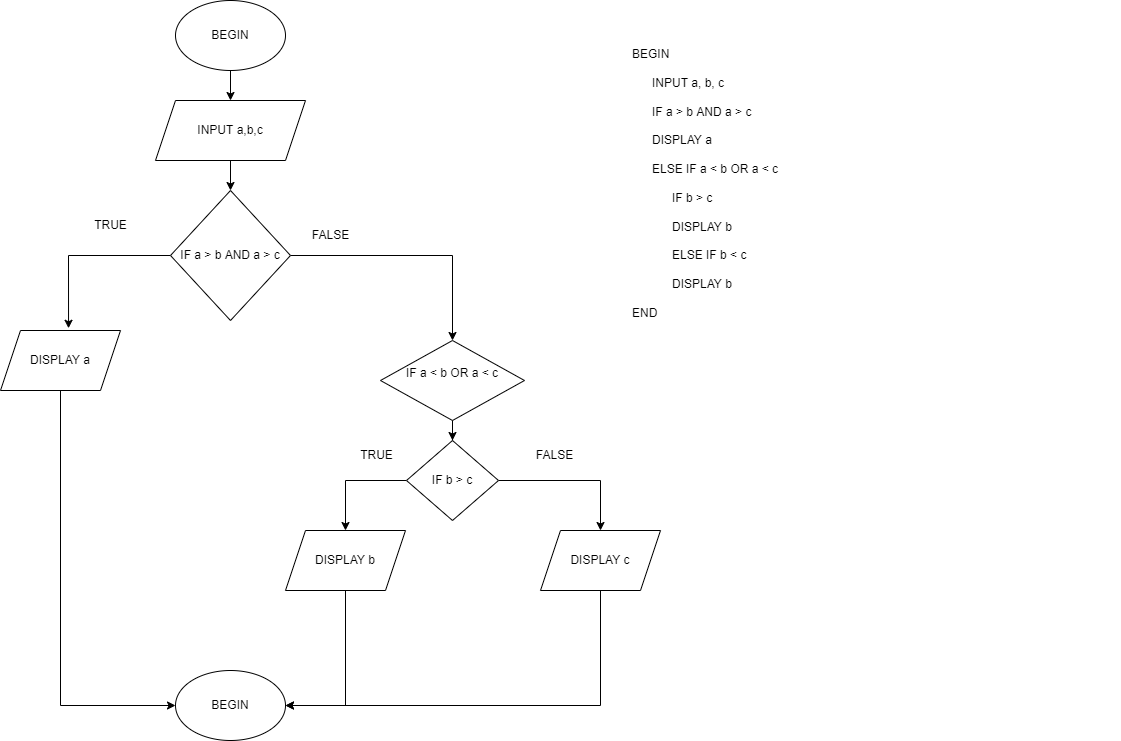
The draw.io diagram ss3_ma_gia_va _luu_do/bai_tap/tim_gia_tri_lon_nhat_trong_3_so.drawio.png in congtranc0722g1/C0722G1-TranTanCong, before a commit. Source tidied: cells renumbered, new cells last; positions are measured from the earlier drawing's top-left corner, leaving out a move shared by most shapes.
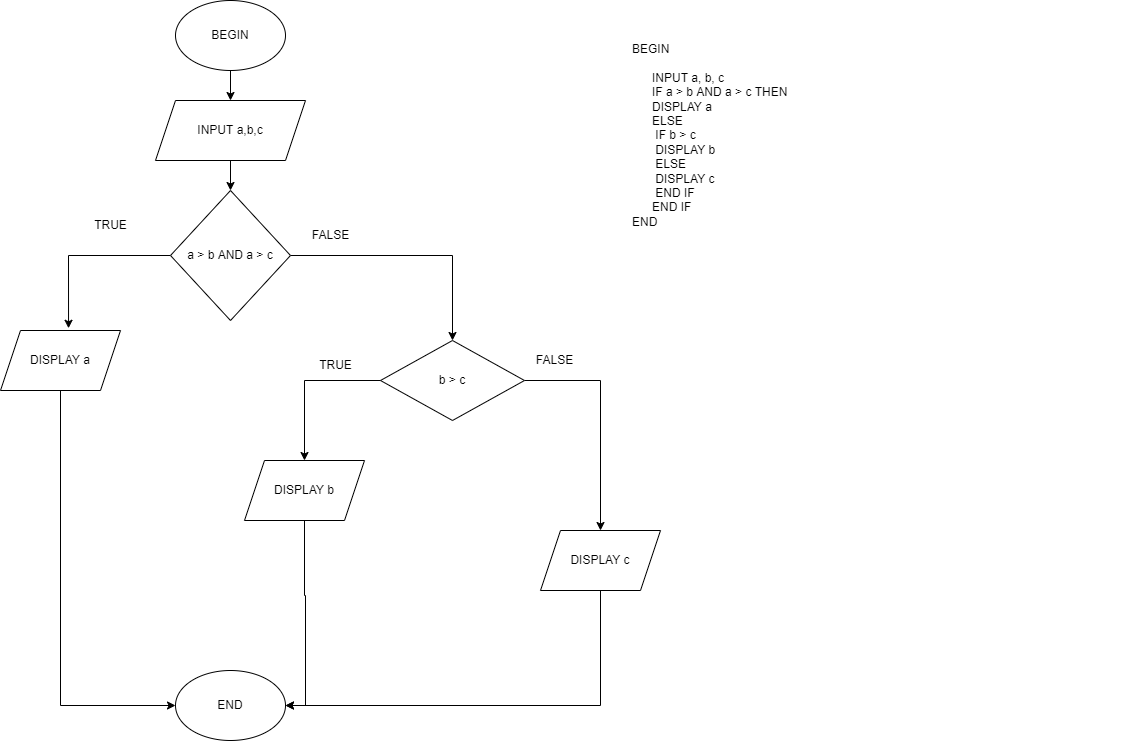
After the change.

Change to the diagram source:
```diff
@@ -20,7 +20,7 @@
     <mxCell id="7" style="edgeStyle=orthogonalEdgeStyle;rounded=0;jettySize=auto;html=1;entryX=0.5;entryY=0;entryDx=0;entryDy=0;" parent="1" edge="1" source="8" target="12">
       <mxGeometry relative="1" as="geometry" />
     </mxCell>
-    <mxCell id="8" value="IF a &amp;gt; b AND a &amp;gt; c" style="rhombus;whiteSpace=wrap;html=1;" parent="1" vertex="1">
+    <mxCell id="8" value="a &amp;gt; b AND a &amp;gt; c" style="rhombus;whiteSpace=wrap;html=1;" parent="1" vertex="1">
       <mxGeometry x="170" y="190" width="120" height="130" as="geometry" />
     </mxCell>
     <mxCell id="9" style="edgeStyle=orthogonalEdgeStyle;rounded=0;jettySize=auto;html=1;entryX=0;entryY=0.5;entryDx=0;entryDy=0;" parent="1" edge="1" source="10" target="23">
@@ -33,10 +33,10 @@
     <mxCell id="10" value="DISPLAY a" style="shape=parallelogram;perimeter=parallelogramPerimeter;whiteSpace=wrap;html=1;fixedSize=1;" parent="1" vertex="1">
       <mxGeometry y="330" width="120" height="60" as="geometry" />
     </mxCell>
-    <mxCell id="11" style="edgeStyle=orthogonalEdgeStyle;rounded=0;jettySize=auto;html=1;" parent="1" edge="1" source="12" target="17">
+    <mxCell id="11" style="edgeStyle=orthogonalEdgeStyle;rounded=0;jettySize=auto;html=1;entryX=0.5;entryY=0;entryDx=0;entryDy=0;" parent="1" edge="1" source="12" target="21">
       <mxGeometry relative="1" as="geometry" />
     </mxCell>
-    <mxCell id="12" value="&lt;div&gt;IF a &amp;lt; b OR a &amp;lt; c&lt;/div&gt;&lt;div&gt;&lt;br&gt;&lt;/div&gt;" style="rhombus;whiteSpace=wrap;html=1;" parent="1" vertex="1">
+    <mxCell id="12" value="&lt;div&gt;b &amp;gt; c&lt;/div&gt;" style="rhombus;whiteSpace=wrap;html=1;" parent="1" vertex="1">
       <mxGeometry x="380" y="340" width="144" height="80" as="geometry" />
     </mxCell>
     <mxCell id="13" value="TRUE&lt;br&gt;" style="text;html=1;align=center;verticalAlign=middle;strokeColor=none;fillColor=none;" parent="1" vertex="1">
@@ -45,24 +45,20 @@
     <mxCell id="14" value="FALSE" style="text;html=1;align=center;verticalAlign=middle;strokeColor=none;fillColor=none;" parent="1" vertex="1">
       <mxGeometry x="300" y="220" width="60" height="30" as="geometry" />
     </mxCell>
-    <mxCell id="15" style="edgeStyle=orthogonalEdgeStyle;rounded=0;jettySize=auto;html=1;entryX=0.5;entryY=0;entryDx=0;entryDy=0;" parent="1" edge="1" source="17" target="19">
+    <mxCell id="15" style="edgeStyle=orthogonalEdgeStyle;rounded=0;jettySize=auto;html=1;entryX=0.5;entryY=0;entryDx=0;entryDy=0;exitX=0;exitY=0.5;exitDx=0;exitDy=0;" parent="1" edge="1" source="12" target="19">
       <mxGeometry relative="1" as="geometry" />
     </mxCell>
-    <mxCell id="16" style="edgeStyle=orthogonalEdgeStyle;rounded=0;jettySize=auto;html=1;entryX=0.5;entryY=0;entryDx=0;entryDy=0;" parent="1" edge="1" source="17" target="21">
-      <mxGeometry relative="1" as="geometry">
-        <Array as="points">
-          <mxPoint x="600" y="480" />
-        </Array>
-      </mxGeometry>
-    </mxCell>
-    <mxCell id="17" value="IF b &amp;gt; c" style="rhombus;whiteSpace=wrap;html=1;" parent="1" vertex="1">
-      <mxGeometry x="406" y="440" width="92" height="80" as="geometry" />
-    </mxCell>
     <mxCell id="18" style="edgeStyle=orthogonalEdgeStyle;rounded=0;jettySize=auto;html=1;entryX=1;entryY=0.5;entryDx=0;entryDy=0;" parent="1" edge="1" source="19" target="23">
-      <mxGeometry relative="1" as="geometry" />
+      <mxGeometry relative="1" as="geometry">
+        <Array as="points">
+          <mxPoint x="304" y="595" />
+          <mxPoint x="305" y="595" />
+          <mxPoint x="305" y="705" />
+        </Array>
+      </mxGeometry>
     </mxCell>
     <mxCell id="19" value="DISPLAY b" style="shape=parallelogram;perimeter=parallelogramPerimeter;whiteSpace=wrap;html=1;fixedSize=1;" parent="1" vertex="1">
-      <mxGeometry x="285" y="530" width="120" height="60" as="geometry" />
+      <mxGeometry x="244" y="460" width="120" height="60" as="geometry" />
     </mxCell>
     <mxCell id="20" style="edgeStyle=orthogonalEdgeStyle;rounded=0;jettySize=auto;html=1;entryX=1;entryY=0.5;entryDx=0;entryDy=0;" parent="1" edge="1" source="21" target="23">
       <mxGeometry relative="1" as="geometry">
@@ -75,16 +71,16 @@
       <mxGeometry x="540" y="530" width="120" height="60" as="geometry" />
     </mxCell>
     <mxCell id="22" value="TRUE" style="text;html=1;align=center;verticalAlign=middle;strokeColor=none;fillColor=none;" parent="1" vertex="1">
-      <mxGeometry x="346" y="440" width="60" height="30" as="geometry" />
+      <mxGeometry x="305" y="350" width="60" height="30" as="geometry" />
     </mxCell>
-    <mxCell id="23" value="BEGIN" style="ellipse;whiteSpace=wrap;html=1;" parent="1" vertex="1">
+    <mxCell id="23" value="END" style="ellipse;whiteSpace=wrap;html=1;" parent="1" vertex="1">
       <mxGeometry x="175" y="670" width="110" height="70" as="geometry" />
     </mxCell>
-    <mxCell id="24" value="&lt;div&gt;BEGIN&lt;/div&gt;&lt;div&gt;&amp;nbsp; &amp;nbsp; &amp;nbsp;&lt;/div&gt;&lt;div&gt;&amp;nbsp; &amp;nbsp; &amp;nbsp; INPUT a, b, c&lt;/div&gt;&lt;div&gt;&lt;br&gt;&lt;/div&gt;&lt;div&gt;&amp;nbsp; &amp;nbsp; &amp;nbsp; IF a &amp;gt; b AND a &amp;gt; c&lt;/div&gt;&lt;div&gt;&amp;nbsp; &amp;nbsp;&lt;/div&gt;&lt;div&gt;&amp;nbsp; &amp;nbsp; &amp;nbsp; DISPLAY a&lt;/div&gt;&lt;div&gt;&amp;nbsp; &amp;nbsp; &amp;nbsp;&amp;nbsp;&lt;/div&gt;&lt;div&gt;&amp;nbsp; &amp;nbsp; &amp;nbsp; ELSE IF a &amp;lt; b OR a &amp;lt; c&lt;/div&gt;&lt;div&gt;&lt;br&gt;&lt;/div&gt;&lt;div&gt;&amp;nbsp; &amp;nbsp; &amp;nbsp; &amp;nbsp; &amp;nbsp; &amp;nbsp; IF b &amp;gt; c&lt;/div&gt;&lt;div&gt;&lt;br&gt;&lt;/div&gt;&lt;div&gt;&amp;nbsp; &amp;nbsp; &amp;nbsp; &amp;nbsp; &amp;nbsp; &amp;nbsp; DISPLAY b&lt;/div&gt;&lt;div&gt;&amp;nbsp; &amp;nbsp; &amp;nbsp;&lt;/div&gt;&lt;div&gt;&amp;nbsp; &amp;nbsp; &amp;nbsp; &amp;nbsp; &amp;nbsp; &amp;nbsp; ELSE IF b &amp;lt; c&lt;/div&gt;&lt;div&gt;&lt;br&gt;&lt;/div&gt;&lt;div&gt;&amp;nbsp; &amp;nbsp; &amp;nbsp; &amp;nbsp; &amp;nbsp; &amp;nbsp; DISPLAY b&lt;/div&gt;&lt;div&gt;&lt;br&gt;&lt;/div&gt;&lt;div&gt;END&lt;/div&gt;" style="text;whiteSpace=wrap;html=1;" parent="1" vertex="1">
-      <mxGeometry x="630" y="40" width="490" height="510" as="geometry" />
+    <mxCell id="24" value="&lt;div&gt;BEGIN&lt;/div&gt;&lt;div&gt;&amp;nbsp; &amp;nbsp; &amp;nbsp;&lt;/div&gt;&lt;div&gt;&amp;nbsp; &amp;nbsp; &amp;nbsp; INPUT a, b, c&lt;/div&gt;&lt;div&gt;&amp;nbsp; &amp;nbsp; &amp;nbsp; IF a &amp;gt; b AND a &amp;gt; c THEN&lt;/div&gt;&lt;div&gt;&amp;nbsp; &amp;nbsp; &amp;nbsp; DISPLAY a&lt;/div&gt;&lt;div&gt;&amp;nbsp; &amp;nbsp; &amp;nbsp; ELSE&lt;/div&gt;&lt;div&gt;&amp;nbsp; &amp;nbsp; &amp;nbsp; &amp;nbsp;IF b &amp;gt; c&lt;/div&gt;&lt;div&gt;&amp;nbsp; &amp;nbsp; &amp;nbsp; &amp;nbsp;DISPLAY b&lt;/div&gt;&lt;div&gt;&amp;nbsp; &amp;nbsp; &amp;nbsp; &amp;nbsp;ELSE&lt;/div&gt;&lt;div&gt;&amp;nbsp; &amp;nbsp; &amp;nbsp; &amp;nbsp;DISPLAY c&lt;/div&gt;&lt;div&gt;&amp;nbsp; &amp;nbsp; &amp;nbsp; &amp;nbsp;END IF&lt;/div&gt;&lt;div&gt;&amp;nbsp; &amp;nbsp; &amp;nbsp; END IF&lt;/div&gt;&lt;div&gt;END&lt;/div&gt;" style="text;whiteSpace=wrap;html=1;" parent="1" vertex="1">
+      <mxGeometry x="630" y="35" width="490" height="510" as="geometry" />
     </mxCell>
     <mxCell id="25" value="FALSE" style="text;html=1;align=center;verticalAlign=middle;strokeColor=none;fillColor=none;" parent="1" vertex="1">
-      <mxGeometry x="524" y="440" width="60" height="30" as="geometry" />
+      <mxGeometry x="524" y="345" width="60" height="30" as="geometry" />
     </mxCell>
   </root>
 </mxGraphModel>
```
